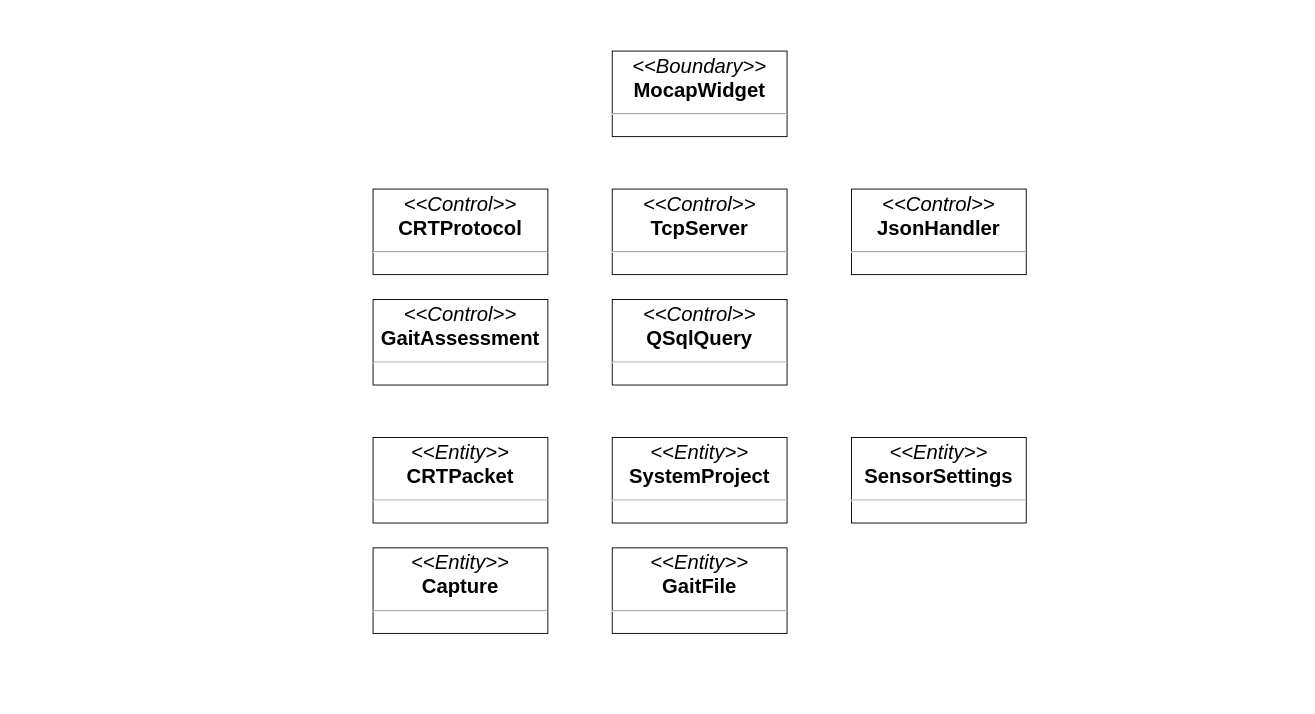
This is class1.drawio from lithcado/MultiCameraViewer, a draw.io file, before an edit. Source tidied: cells renumbered, new cells numbered last; positions are measured from the earlier drawing's top-left corner, leaving out a move shared by most shapes. Both pictures are drawn from the tidied source at 92%, with x=0, y=0 at pixel (373, 51).
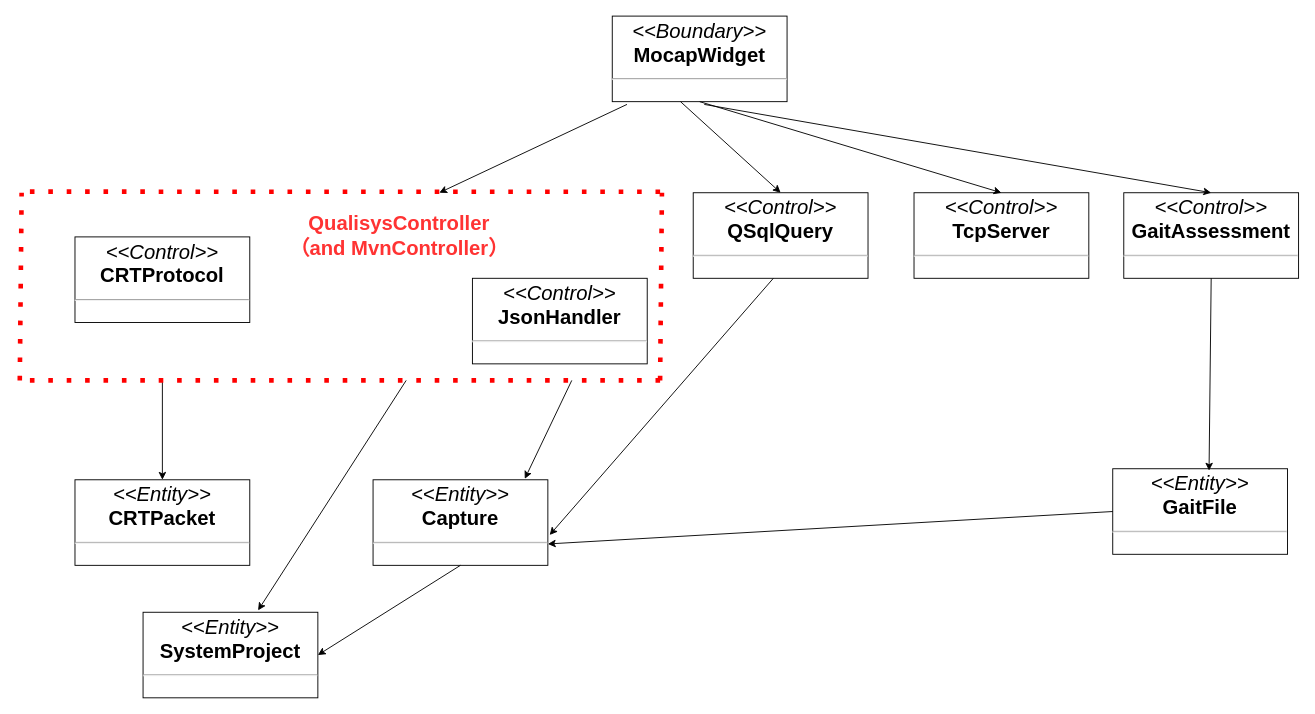
Above is the later version.

The edit, as a diff of the source:
```diff
@@
     <mxCell id="2" value="&lt;p style=&quot;margin: 4px 0px 0px; text-align: center; font-size: 22px;&quot;&gt;&lt;i style=&quot;font-size: 22px;&quot;&gt;&amp;lt;&amp;lt;Boundary&amp;gt;&amp;gt;&lt;/i&gt;&lt;br style=&quot;font-size: 22px;&quot;&gt;&lt;b style=&quot;font-size: 22px;&quot;&gt;MocapWidget&lt;/b&gt;&lt;/p&gt;&lt;hr style=&quot;font-size: 22px;&quot;&gt;&lt;p style=&quot;margin: 0px 0px 0px 4px; font-size: 22px;&quot;&gt;&lt;br style=&quot;font-size: 22px;&quot;&gt;&lt;/p&gt;&lt;hr style=&quot;font-size: 22px;&quot;&gt;&lt;p style=&quot;margin: 0px 0px 0px 4px; font-size: 22px;&quot;&gt;&lt;br style=&quot;font-size: 22px;&quot;&gt;&lt;/p&gt;" style="verticalAlign=top;align=left;overflow=fill;fontSize=22;fontFamily=Helvetica;html=1;rounded=0;shadow=0;comic=0;labelBackgroundColor=none;strokeWidth=1;" parent="1" vertex="1">
-      <mxGeometry x="260" width="190" height="93" as="geometry" />
+      <mxGeometry x="260" y="-38" width="190" height="93" as="geometry" />
     </mxCell>
     <mxCell id="3" value="&lt;p style=&quot;margin: 4px 0px 0px; text-align: center; font-size: 22px;&quot;&gt;&lt;i style=&quot;font-size: 22px;&quot;&gt;&amp;lt;&amp;lt;Entity&amp;gt;&amp;gt;&lt;/i&gt;&lt;br style=&quot;font-size: 22px;&quot;&gt;&lt;b style=&quot;font-size: 22px;&quot;&gt;CRTPacket&lt;/b&gt;&lt;br style=&quot;font-size: 22px;&quot;&gt;&lt;/p&gt;&lt;hr style=&quot;font-size: 22px;&quot;&gt;&lt;p style=&quot;margin: 0px 0px 0px 4px; font-size: 22px;&quot;&gt;&lt;br style=&quot;font-size: 22px;&quot;&gt;&lt;/p&gt;&lt;hr style=&quot;font-size: 22px;&quot;&gt;&lt;p style=&quot;margin: 0px 0px 0px 4px; font-size: 22px;&quot;&gt;&lt;br style=&quot;font-size: 22px;&quot;&gt;&lt;/p&gt;" style="verticalAlign=top;align=left;overflow=fill;fontSize=22;fontFamily=Helvetica;html=1;rounded=0;shadow=0;comic=0;labelBackgroundColor=none;strokeWidth=1;" parent="1" vertex="1">
-      <mxGeometry y="420" width="190" height="93" as="geometry" />
+      <mxGeometry x="-324" y="466" width="190" height="93" as="geometry" />
     </mxCell>
     <mxCell id="4" value="&lt;p style=&quot;margin: 4px 0px 0px; text-align: center; font-size: 22px;&quot;&gt;&lt;i style=&quot;font-size: 22px;&quot;&gt;&amp;lt;&amp;lt;&lt;/i&gt;&lt;i style=&quot;font-size: 22px;&quot;&gt;Control&lt;/i&gt;&lt;i style=&quot;font-size: 22px;&quot;&gt;&amp;gt;&amp;gt;&lt;/i&gt;&lt;br style=&quot;font-size: 22px;&quot;&gt;&lt;b style=&quot;font-size: 22px;&quot;&gt;JsonHandler&lt;/b&gt;&lt;br style=&quot;font-size: 22px;&quot;&gt;&lt;/p&gt;&lt;hr style=&quot;font-size: 22px;&quot;&gt;&lt;p style=&quot;margin: 0px 0px 0px 4px; font-size: 22px;&quot;&gt;&lt;br style=&quot;font-size: 22px;&quot;&gt;&lt;/p&gt;&lt;hr style=&quot;font-size: 22px;&quot;&gt;&lt;p style=&quot;margin: 0px 0px 0px 4px; font-size: 22px;&quot;&gt;&lt;br style=&quot;font-size: 22px;&quot;&gt;&lt;/p&gt;" style="verticalAlign=top;align=left;overflow=fill;fontSize=22;fontFamily=Helvetica;html=1;rounded=0;shadow=0;comic=0;labelBackgroundColor=none;strokeWidth=1;" parent="1" vertex="1">
-      <mxGeometry x="520" y="150" width="190" height="93" as="geometry" />
+      <mxGeometry x="108" y="247" width="190" height="93" as="geometry" />
     </mxCell>
     <mxCell id="5" value="&lt;p style=&quot;margin: 4px 0px 0px; text-align: center; font-size: 22px;&quot;&gt;&lt;i style=&quot;font-size: 22px;&quot;&gt;&amp;lt;&amp;lt;&lt;/i&gt;&lt;i style=&quot;font-size: 22px;&quot;&gt;Control&lt;/i&gt;&lt;i style=&quot;font-size: 22px;&quot;&gt;&amp;gt;&amp;gt;&lt;/i&gt;&lt;br style=&quot;font-size: 22px;&quot;&gt;&lt;b style=&quot;font-size: 22px;&quot;&gt;QSqlQuery&lt;/b&gt;&lt;/p&gt;&lt;hr style=&quot;font-size: 22px;&quot;&gt;&lt;p style=&quot;margin: 0px 0px 0px 4px; font-size: 22px;&quot;&gt;&lt;br style=&quot;font-size: 22px;&quot;&gt;&lt;/p&gt;&lt;hr style=&quot;font-size: 22px;&quot;&gt;&lt;p style=&quot;margin: 0px 0px 0px 4px; font-size: 22px;&quot;&gt;&lt;br style=&quot;font-size: 22px;&quot;&gt;&lt;/p&gt;" style="verticalAlign=top;align=left;overflow=fill;fontSize=22;fontFamily=Helvetica;html=1;rounded=0;shadow=0;comic=0;labelBackgroundColor=none;strokeWidth=1;" parent="1" vertex="1">
-      <mxGeometry x="260" y="270" width="190" height="93" as="geometry" />
+      <mxGeometry x="348" y="154" width="190" height="93" as="geometry" />
     </mxCell>
     <mxCell id="6" value="&lt;p style=&quot;margin: 4px 0px 0px; text-align: center; font-size: 22px;&quot;&gt;&lt;i style=&quot;font-size: 22px;&quot;&gt;&amp;lt;&amp;lt;&lt;/i&gt;&lt;i style=&quot;font-size: 22px;&quot;&gt;Control&lt;/i&gt;&lt;i style=&quot;font-size: 22px;&quot;&gt;&amp;gt;&amp;gt;&lt;/i&gt;&lt;br style=&quot;font-size: 22px;&quot;&gt;&lt;b style=&quot;font-size: 22px;&quot;&gt;GaitAssessment&lt;/b&gt;&lt;/p&gt;&lt;hr style=&quot;font-size: 22px;&quot;&gt;&lt;p style=&quot;margin: 0px 0px 0px 4px; font-size: 22px;&quot;&gt;&lt;br style=&quot;font-size: 22px;&quot;&gt;&lt;/p&gt;&lt;hr style=&quot;font-size: 22px;&quot;&gt;&lt;p style=&quot;margin: 0px 0px 0px 4px; font-size: 22px;&quot;&gt;&lt;br style=&quot;font-size: 22px;&quot;&gt;&lt;/p&gt;" style="verticalAlign=top;align=left;overflow=fill;fontSize=22;fontFamily=Helvetica;html=1;rounded=0;shadow=0;comic=0;labelBackgroundColor=none;strokeWidth=1;" parent="1" vertex="1">
-      <mxGeometry y="270" width="190" height="93" as="geometry" />
+      <mxGeometry x="816" y="154" width="190" height="93" as="geometry" />
     </mxCell>
     <mxCell id="7" value="&lt;p style=&quot;margin: 4px 0px 0px; text-align: center; font-size: 22px;&quot;&gt;&lt;i style=&quot;font-size: 22px;&quot;&gt;&amp;lt;&amp;lt;&lt;/i&gt;&lt;i style=&quot;font-size: 22px;&quot;&gt;Control&lt;/i&gt;&lt;i style=&quot;font-size: 22px;&quot;&gt;&amp;gt;&amp;gt;&lt;/i&gt;&lt;br style=&quot;font-size: 22px;&quot;&gt;&lt;b style=&quot;font-size: 22px;&quot;&gt;CRTProtocol&lt;/b&gt;&lt;br style=&quot;font-size: 22px;&quot;&gt;&lt;/p&gt;&lt;hr style=&quot;font-size: 22px;&quot;&gt;&lt;p style=&quot;margin: 0px 0px 0px 4px; font-size: 22px;&quot;&gt;&lt;br style=&quot;font-size: 22px;&quot;&gt;&lt;/p&gt;&lt;hr style=&quot;font-size: 22px;&quot;&gt;&lt;p style=&quot;margin: 0px 0px 0px 4px; font-size: 22px;&quot;&gt;&lt;br style=&quot;font-size: 22px;&quot;&gt;&lt;/p&gt;" style="verticalAlign=top;align=left;overflow=fill;fontSize=22;fontFamily=Helvetica;html=1;rounded=0;shadow=0;comic=0;labelBackgroundColor=none;strokeWidth=1;" parent="1" vertex="1">
-      <mxGeometry y="150" width="190" height="93" as="geometry" />
+      <mxGeometry x="-324" y="202" width="190" height="93" as="geometry" />
     </mxCell>
     <mxCell id="8" value="&lt;p style=&quot;margin: 4px 0px 0px; text-align: center; font-size: 22px;&quot;&gt;&lt;i style=&quot;font-size: 22px;&quot;&gt;&amp;lt;&amp;lt;&lt;/i&gt;&lt;i style=&quot;font-size: 22px;&quot;&gt;Control&lt;/i&gt;&lt;i style=&quot;font-size: 22px;&quot;&gt;&amp;gt;&amp;gt;&lt;/i&gt;&lt;br style=&quot;font-size: 22px;&quot;&gt;&lt;b style=&quot;font-size: 22px;&quot;&gt;TcpServer&lt;/b&gt;&lt;br style=&quot;font-size: 22px;&quot;&gt;&lt;/p&gt;&lt;hr style=&quot;font-size: 22px;&quot;&gt;&lt;p style=&quot;margin: 0px 0px 0px 4px; font-size: 22px;&quot;&gt;&lt;br style=&quot;font-size: 22px;&quot;&gt;&lt;/p&gt;&lt;hr style=&quot;font-size: 22px;&quot;&gt;&lt;p style=&quot;margin: 0px 0px 0px 4px; font-size: 22px;&quot;&gt;&lt;br style=&quot;font-size: 22px;&quot;&gt;&lt;/p&gt;" style="verticalAlign=top;align=left;overflow=fill;fontSize=22;fontFamily=Helvetica;html=1;rounded=0;shadow=0;comic=0;labelBackgroundColor=none;strokeWidth=1;" parent="1" vertex="1">
-      <mxGeometry x="260" y="150" width="190" height="93" as="geometry" />
+      <mxGeometry x="588" y="154" width="190" height="93" as="geometry" />
     </mxCell>
     <mxCell id="9" value="&lt;p style=&quot;margin: 4px 0px 0px; text-align: center; font-size: 22px;&quot;&gt;&lt;i style=&quot;font-size: 22px;&quot;&gt;&amp;lt;&amp;lt;Entity&amp;gt;&amp;gt;&lt;/i&gt;&lt;br style=&quot;font-size: 22px;&quot;&gt;&lt;b style=&quot;font-size: 22px;&quot;&gt;SystemProject&lt;/b&gt;&lt;br style=&quot;font-size: 22px;&quot;&gt;&lt;/p&gt;&lt;hr style=&quot;font-size: 22px;&quot;&gt;&lt;p style=&quot;margin: 0px 0px 0px 4px; font-size: 22px;&quot;&gt;&lt;br style=&quot;font-size: 22px;&quot;&gt;&lt;/p&gt;&lt;hr style=&quot;font-size: 22px;&quot;&gt;&lt;p style=&quot;margin: 0px 0px 0px 4px; font-size: 22px;&quot;&gt;&lt;br style=&quot;font-size: 22px;&quot;&gt;&lt;/p&gt;" style="verticalAlign=top;align=left;overflow=fill;fontSize=22;fontFamily=Helvetica;html=1;rounded=0;shadow=0;comic=0;labelBackgroundColor=none;strokeWidth=1;" parent="1" vertex="1">
-      <mxGeometry x="260" y="420" width="190" height="93" as="geometry" />
+      <mxGeometry x="-250" y="610" width="190" height="93" as="geometry" />
     </mxCell>
     <mxCell id="10" value="&lt;p style=&quot;margin: 4px 0px 0px; text-align: center; font-size: 22px;&quot;&gt;&lt;i style=&quot;font-size: 22px;&quot;&gt;&amp;lt;&amp;lt;Entity&amp;gt;&amp;gt;&lt;/i&gt;&lt;br style=&quot;font-size: 22px;&quot;&gt;&lt;b style=&quot;font-size: 22px;&quot;&gt;Capture&lt;/b&gt;&lt;/p&gt;&lt;hr style=&quot;font-size: 22px;&quot;&gt;&lt;p style=&quot;margin: 0px 0px 0px 4px; font-size: 22px;&quot;&gt;&lt;br style=&quot;font-size: 22px;&quot;&gt;&lt;/p&gt;&lt;hr style=&quot;font-size: 22px;&quot;&gt;&lt;p style=&quot;margin: 0px 0px 0px 4px; font-size: 22px;&quot;&gt;&lt;br style=&quot;font-size: 22px;&quot;&gt;&lt;/p&gt;" style="verticalAlign=top;align=left;overflow=fill;fontSize=22;fontFamily=Helvetica;html=1;rounded=0;shadow=0;comic=0;labelBackgroundColor=none;strokeWidth=1;" parent="1" vertex="1">
-      <mxGeometry y="540" width="190" height="93" as="geometry" />
+      <mxGeometry y="466" width="190" height="93" as="geometry" />
     </mxCell>
     <mxCell id="11" value="&lt;p style=&quot;margin: 4px 0px 0px; text-align: center; font-size: 22px;&quot;&gt;&lt;i style=&quot;font-size: 22px;&quot;&gt;&amp;lt;&amp;lt;Entity&amp;gt;&amp;gt;&lt;/i&gt;&lt;br style=&quot;font-size: 22px;&quot;&gt;&lt;b style=&quot;font-size: 22px;&quot;&gt;GaitFile&lt;/b&gt;&lt;/p&gt;&lt;hr style=&quot;font-size: 22px;&quot;&gt;&lt;p style=&quot;margin: 0px 0px 0px 4px; font-size: 22px;&quot;&gt;&lt;br style=&quot;font-size: 22px;&quot;&gt;&lt;/p&gt;&lt;hr style=&quot;font-size: 22px;&quot;&gt;&lt;p style=&quot;margin: 0px 0px 0px 4px; font-size: 22px;&quot;&gt;&lt;br style=&quot;font-size: 22px;&quot;&gt;&lt;/p&gt;" style="verticalAlign=top;align=left;overflow=fill;fontSize=22;fontFamily=Helvetica;html=1;rounded=0;shadow=0;comic=0;labelBackgroundColor=none;strokeWidth=1;" parent="1" vertex="1">
-      <mxGeometry x="260" y="540" width="190" height="93" as="geometry" />
+      <mxGeometry x="804" y="454" width="190" height="93" as="geometry" />
     </mxCell>
-    <mxCell id="12" value="&lt;p style=&quot;margin: 4px 0px 0px; text-align: center; font-size: 22px;&quot;&gt;&lt;i style=&quot;font-size: 22px;&quot;&gt;&amp;lt;&amp;lt;Entity&amp;gt;&amp;gt;&lt;/i&gt;&lt;br style=&quot;font-size: 22px;&quot;&gt;&lt;b style=&quot;font-size: 22px;&quot;&gt;SensorSettings&lt;/b&gt;&lt;br style=&quot;font-size: 22px;&quot;&gt;&lt;/p&gt;&lt;hr style=&quot;font-size: 22px;&quot;&gt;&lt;p style=&quot;margin: 0px 0px 0px 4px; font-size: 22px;&quot;&gt;&lt;br style=&quot;font-size: 22px;&quot;&gt;&lt;/p&gt;&lt;hr style=&quot;font-size: 22px;&quot;&gt;&lt;p style=&quot;margin: 0px 0px 0px 4px; font-size: 22px;&quot;&gt;&lt;br style=&quot;font-size: 22px;&quot;&gt;&lt;/p&gt;" style="verticalAlign=top;align=left;overflow=fill;fontSize=22;fontFamily=Helvetica;html=1;rounded=0;shadow=0;comic=0;labelBackgroundColor=none;strokeWidth=1;" parent="1" vertex="1">
-      <mxGeometry x="520" y="420" width="190" height="93" as="geometry" />
-    </mxCell>
+    <mxCell id="13" style="endArrow=classic;html=1;rounded=0;fontSize=22;" parent="1" edge="1">
+      <mxGeometry relative="1" as="geometry">
+        <mxPoint x="276" y="58" as="sourcePoint" />
+        <mxPoint x="72" y="154" as="targetPoint" />
+      </mxGeometry>
+    </mxCell>
+    <mxCell id="14" style="endArrow=classic;html=1;rounded=0;fontSize=22;entryX=0.5;entryY=0;entryDx=0;entryDy=0;" parent="1" edge="1" target="3">
+      <mxGeometry relative="1" as="geometry">
+        <mxPoint x="-229" y="358" as="sourcePoint" />
+      </mxGeometry>
+    </mxCell>
+    <mxCell id="15" style="endArrow=classic;html=1;rounded=0;fontSize=22;entryX=0.658;entryY=-0.022;entryDx=0;entryDy=0;entryPerimeter=0;" parent="1" edge="1" target="9">
+      <mxGeometry relative="1" as="geometry">
+        <mxPoint x="36" y="358" as="sourcePoint" />
+      </mxGeometry>
+    </mxCell>
+    <mxCell id="16" style="endArrow=classic;html=1;rounded=0;fontSize=22;entryX=0.868;entryY=-0.011;entryDx=0;entryDy=0;entryPerimeter=0;" parent="1" edge="1" target="10">
+      <mxGeometry relative="1" as="geometry">
+        <mxPoint x="216" y="358" as="sourcePoint" />
+      </mxGeometry>
+    </mxCell>
+    <mxCell id="17" style="endArrow=classic;html=1;rounded=0;fontSize=22;exitX=0.5;exitY=1;exitDx=0;exitDy=0;entryX=1;entryY=0.5;entryDx=0;entryDy=0;" parent="1" edge="1" source="10" target="9">
+      <mxGeometry relative="1" as="geometry" />
+    </mxCell>
+    <mxCell id="18" style="endArrow=classic;html=1;rounded=0;fontSize=22;exitX=0.5;exitY=1;exitDx=0;exitDy=0;entryX=0.5;entryY=0;entryDx=0;entryDy=0;" parent="1" edge="1" source="2" target="8">
+      <mxGeometry relative="1" as="geometry" />
+    </mxCell>
+    <mxCell id="19" style="endArrow=classic;html=1;rounded=0;fontSize=22;entryX=0.5;entryY=0;entryDx=0;entryDy=0;" parent="1" edge="1" target="6">
+      <mxGeometry relative="1" as="geometry">
+        <mxPoint x="360" y="58" as="sourcePoint" />
+      </mxGeometry>
+    </mxCell>
+    <mxCell id="20" style="endArrow=classic;html=1;rounded=0;fontSize=22;exitX=0.5;exitY=1;exitDx=0;exitDy=0;entryX=0.551;entryY=0.022;entryDx=0;entryDy=0;entryPerimeter=0;" parent="1" edge="1" source="6" target="11">
+      <mxGeometry relative="1" as="geometry" />
+    </mxCell>
+    <mxCell id="21" style="endArrow=none;dashed=1;html=1;dashPattern=1 3;strokeWidth=5;rounded=0;fontSize=22;fontColor=#FF3333;labelBorderColor=#FF0000;strokeColor=#FF0000;" parent="1" edge="1">
+      <mxGeometry relative="1" as="geometry">
+        <mxPoint x="-384" y="358" as="sourcePoint" />
+        <mxPoint x="-382" y="154" as="targetPoint" />
+      </mxGeometry>
+    </mxCell>
+    <mxCell id="22" style="endArrow=none;dashed=1;html=1;dashPattern=1 3;strokeWidth=5;rounded=0;fontSize=22;fontColor=#FF3333;labelBorderColor=#FF0000;strokeColor=#FF0000;" parent="1" edge="1">
+      <mxGeometry relative="1" as="geometry">
+        <mxPoint x="312" y="153" as="sourcePoint" />
+        <mxPoint x="-384" y="152.8" as="targetPoint" />
+      </mxGeometry>
+    </mxCell>
+    <mxCell id="23" style="endArrow=none;dashed=1;html=1;dashPattern=1 3;strokeWidth=5;rounded=0;fontSize=22;fontColor=#FF3333;labelBorderColor=#FF0000;strokeColor=#FF0000;" parent="1" edge="1">
+      <mxGeometry relative="1" as="geometry">
+        <mxPoint x="312" y="358" as="sourcePoint" />
+        <mxPoint x="314" y="154" as="targetPoint" />
+      </mxGeometry>
+    </mxCell>
+    <mxCell id="24" style="endArrow=none;dashed=1;html=1;dashPattern=1 3;strokeWidth=5;rounded=0;fontSize=22;fontColor=#FF3333;labelBorderColor=#FF0000;strokeColor=#FF0000;" parent="1" edge="1">
+      <mxGeometry relative="1" as="geometry">
+        <mxPoint x="312" y="358" as="sourcePoint" />
+        <mxPoint x="-386" y="358" as="targetPoint" />
+      </mxGeometry>
+    </mxCell>
+    <mxCell id="25" value="QualisysController&lt;br&gt;（and MvnController）" style="text;html=1;align=center;verticalAlign=middle;strokeColor=none;fillColor=none;fontSize=22;fontColor=#FF3333;fontStyle=1;" parent="1" vertex="1">
+      <mxGeometry x="-98" y="170.5" width="252" height="60" as="geometry" />
+    </mxCell>
+    <mxCell id="26" style="endArrow=classic;html=1;rounded=0;fontSize=22;" parent="1" edge="1">
+      <mxGeometry relative="1" as="geometry">
+        <mxPoint x="435.1" y="247" as="sourcePoint" />
+        <mxPoint x="192" y="526" as="targetPoint" />
+      </mxGeometry>
+    </mxCell>
+    <mxCell id="27" style="endArrow=classic;html=1;rounded=0;fontSize=22;entryX=0.5;entryY=0;entryDx=0;entryDy=0;" parent="1" edge="1" target="5">
+      <mxGeometry relative="1" as="geometry">
+        <mxPoint x="334.2" y="55" as="sourcePoint" />
+      </mxGeometry>
+    </mxCell>
+    <mxCell id="28" style="endArrow=classic;html=1;rounded=0;fontSize=22;exitX=0;exitY=0.5;exitDx=0;exitDy=0;entryX=1;entryY=0.75;entryDx=0;entryDy=0;" parent="1" edge="1" source="11" target="10">
+      <mxGeometry relative="1" as="geometry" />
+    </mxCell>
```
